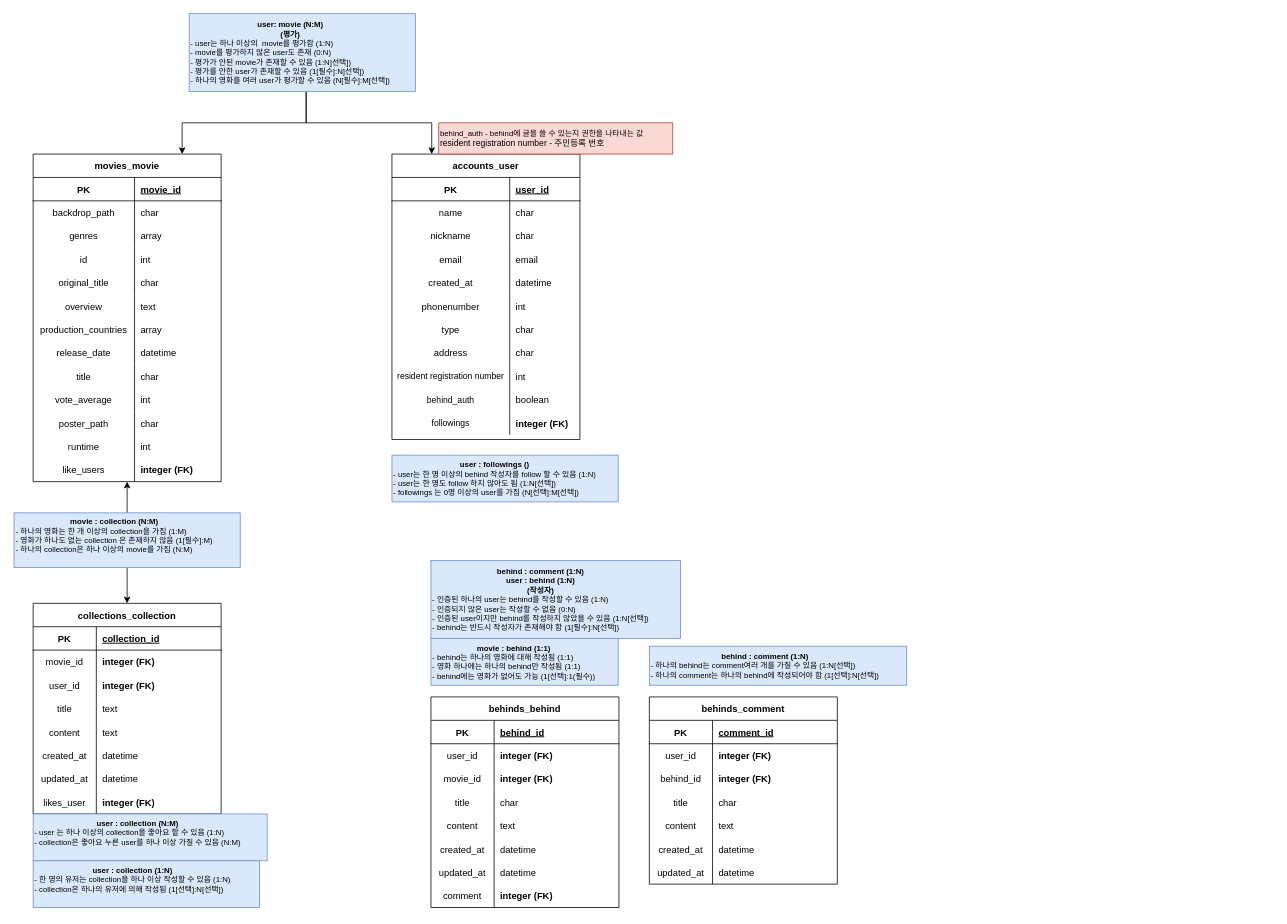
DooDoo3804/Dojiny keeps this draw.io diagram as Dojiny.drawio. Above is the earlier version. Source tidied: cells renumbered, new cells numbered last; positions are measured from the earlier drawing's top-left corner, leaving out a move shared by most shapes. Both pictures are drawn from the tidied source at 78%, with x=0, y=0 at pixel (14, 13).
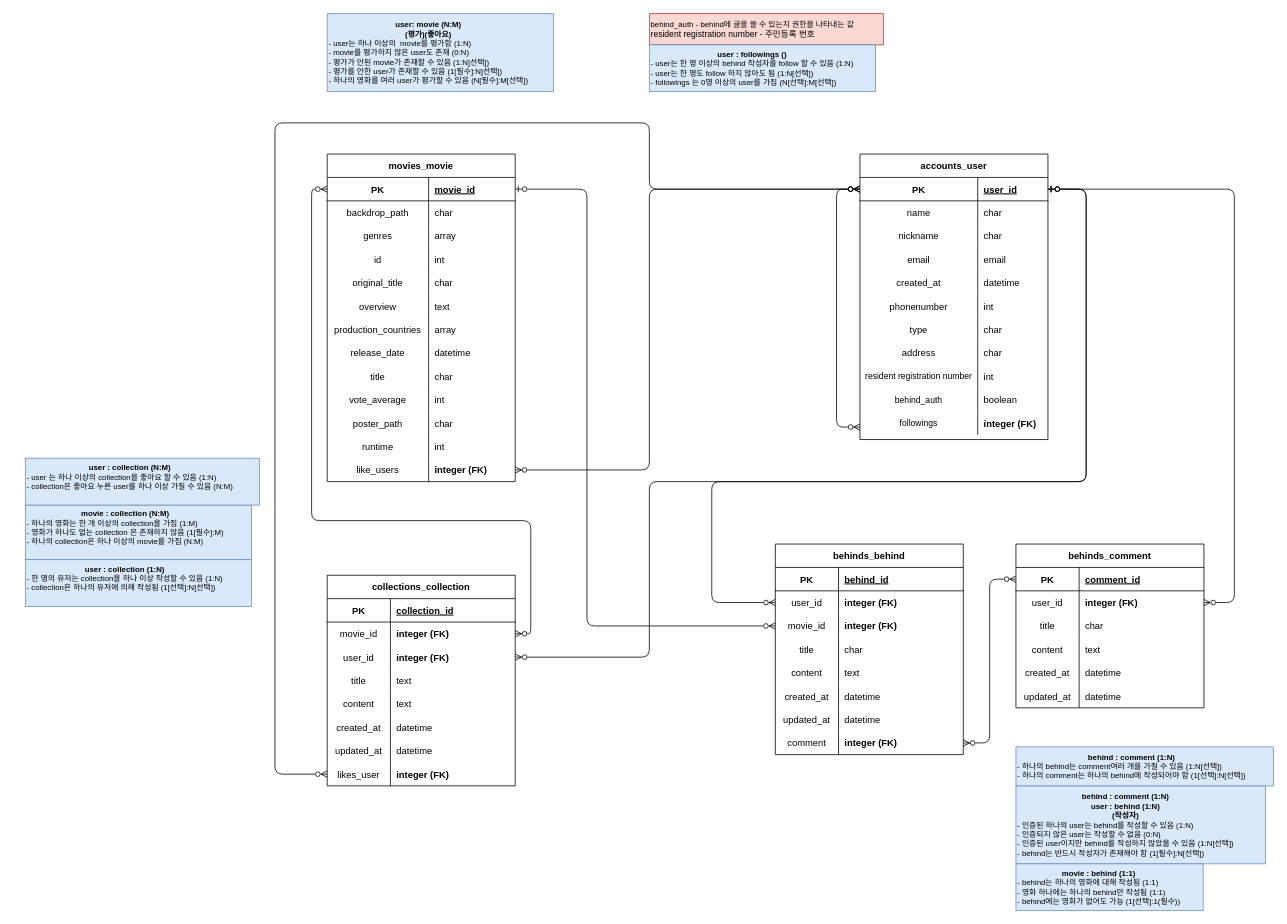
The same diagram, later.

The change refers to these unchanged cells:
```xml
<mxCell id="3" style="shape=tableRow;horizontal=0;startSize=0;swimlaneHead=0;swimlaneBody=0;fillColor=none;points=[[0,0.5],[1,0.5]];portConstraint=eastwest;top=0;left=0;right=0;bottom=1;" parent="2" vertex="1">
  <mxGeometry y="30" width="241" height="30" as="geometry" />
</mxCell>
<mxCell id="33" style="shape=tableRow;horizontal=0;startSize=0;swimlaneHead=0;swimlaneBody=0;fillColor=none;points=[[0,0.5],[1,0.5]];portConstraint=eastwest;top=0;left=0;right=0;bottom=0;" parent="2" vertex="1">
  <mxGeometry y="330" width="241" height="30" as="geometry" />
</mxCell>
<mxCell id="40" style="shape=tableRow;horizontal=0;startSize=0;swimlaneHead=0;swimlaneBody=0;fillColor=none;points=[[0,0.5],[1,0.5]];portConstraint=eastwest;top=0;left=0;right=0;bottom=0;" parent="36" vertex="1">
  <mxGeometry y="60" width="241" height="30" as="geometry" />
</mxCell>
<mxCell id="43" style="shape=tableRow;horizontal=0;startSize=0;swimlaneHead=0;swimlaneBody=0;fillColor=none;points=[[0,0.5],[1,0.5]];portConstraint=eastwest;top=0;left=0;right=0;bottom=0;" parent="36" vertex="1">
  <mxGeometry y="90" width="241" height="30" as="geometry" />
</mxCell>
<mxCell id="58" style="shape=tableRow;horizontal=0;startSize=0;swimlaneHead=0;swimlaneBody=0;fillColor=none;points=[[0,0.5],[1,0.5]];portConstraint=eastwest;top=0;left=0;right=0;bottom=0;" parent="36" vertex="1">
  <mxGeometry y="240" width="241" height="30" as="geometry" />
</mxCell>
<mxCell id="62" style="shape=tableRow;horizontal=0;startSize=0;swimlaneHead=0;swimlaneBody=0;fillColor=none;points=[[0,0.5],[1,0.5]];portConstraint=eastwest;top=0;left=0;right=0;bottom=1;" parent="61" vertex="1">
  <mxGeometry y="30" width="241" height="30" as="geometry" />
</mxCell>
<mxCell id="98" style="shape=tableRow;horizontal=0;startSize=0;swimlaneHead=0;swimlaneBody=0;fillColor=none;points=[[0,0.5],[1,0.5]];portConstraint=eastwest;top=0;left=0;right=0;bottom=0;" parent="61" vertex="1">
  <mxGeometry y="390" width="241" height="30" as="geometry" />
</mxCell>
<mxCell id="111" style="shape=tableRow;horizontal=0;startSize=0;swimlaneHead=0;swimlaneBody=0;fillColor=none;points=[[0,0.5],[1,0.5]];portConstraint=eastwest;top=0;left=0;right=0;bottom=0;" parent="107" vertex="1">
  <mxGeometry y="60" width="241" height="30" as="geometry" />
</mxCell>
<mxCell id="114" style="shape=tableRow;horizontal=0;startSize=0;swimlaneHead=0;swimlaneBody=0;fillColor=none;points=[[0,0.5],[1,0.5]];portConstraint=eastwest;top=0;left=0;right=0;bottom=0;" parent="107" vertex="1">
  <mxGeometry y="90" width="241" height="30" as="geometry" />
</mxCell>
<mxCell id="129" style="shape=tableRow;horizontal=0;startSize=0;swimlaneHead=0;swimlaneBody=0;fillColor=none;points=[[0,0.5],[1,0.5]];portConstraint=eastwest;top=0;left=0;right=0;bottom=0;" parent="107" vertex="1">
  <mxGeometry y="240" width="241" height="30" as="geometry" />
</mxCell>
<mxCell id="135" style="shape=tableRow;horizontal=0;startSize=0;swimlaneHead=0;swimlaneBody=0;fillColor=none;points=[[0,0.5],[1,0.5]];portConstraint=eastwest;top=0;left=0;right=0;bottom=1;" parent="134" vertex="1">
  <mxGeometry y="30" width="241" height="30" as="geometry" />
</mxCell>
<mxCell id="138" style="shape=tableRow;horizontal=0;startSize=0;swimlaneHead=0;swimlaneBody=0;fillColor=none;points=[[0,0.5],[1,0.5]];portConstraint=eastwest;top=0;left=0;right=0;bottom=0;" parent="134" vertex="1">
  <mxGeometry y="60" width="241" height="30" as="geometry" />
</mxCell>
```

What changed in the source:
```diff
@@
+    <mxCell id="161" style="edgeStyle=orthogonalEdgeStyle;rounded=1;jettySize=auto;html=1;startArrow=ERzeroToOne;startFill=0;endArrow=ERzeroToMany;endFill=0;" parent="1" edge="1" source="3" target="43">
+      <mxGeometry relative="1" as="geometry">
+        <Array as="points">
+          <mxPoint x="1374" y="225" />
+          <mxPoint x="1374" y="600" />
+          <mxPoint x="814" y="600" />
+          <mxPoint x="814" y="825" />
+        </Array>
+      </mxGeometry>
+    </mxCell>
     <mxCell id="2" value="accounts_user" style="shape=table;startSize=30;childLayout=tableLayout;rowLines=0;fontStyle=1;align=center;" parent="1" vertex="1">
-      <mxGeometry x="484" y="180" width="241" height="366" as="geometry" />
+      <mxGeometry x="1084" y="180" width="241" height="366" as="geometry" />
     </mxCell>
@@
+    <mxCell id="162" style="edgeStyle=orthogonalEdgeStyle;rounded=1;jettySize=auto;html=1;startArrow=ERzeroToMany;startFill=0;endArrow=ERzeroToMany;endFill=0;" parent="2" edge="1" source="3" target="33">
+      <mxGeometry relative="1" as="geometry">
+        <Array as="points">
+          <mxPoint x="-30" y="45" />
+          <mxPoint x="-30" y="350" />
+        </Array>
+      </mxGeometry>
+    </mxCell>
+    <mxCell id="163" style="edgeStyle=orthogonalEdgeStyle;jettySize=auto;html=1;startArrow=ERzeroToMany;startFill=0;endArrow=ERzeroToMany;endFill=0;rounded=1;" parent="1" edge="1" source="58" target="3">
+      <mxGeometry relative="1" as="geometry">
+        <Array as="points">
+          <mxPoint x="334" y="975" />
+          <mxPoint x="334" y="140" />
+          <mxPoint x="814" y="140" />
+          <mxPoint x="814" y="225" />
+        </Array>
+      </mxGeometry>
+    </mxCell>
     <mxCell id="36" value="collections_collection" style="shape=table;startSize=30;childLayout=tableLayout;rowLines=0;fontStyle=1;align=center;" parent="1" vertex="1">
-      <mxGeometry x="24" y="756" width="241" height="270" as="geometry" />
+      <mxGeometry x="401" y="720" width="241" height="270" as="geometry" />
     </mxCell>
@@
+    <mxCell id="164" style="edgeStyle=orthogonalEdgeStyle;rounded=1;jettySize=auto;html=1;startArrow=ERzeroToMany;startFill=0;endArrow=ERzeroToMany;endFill=0;" parent="1" edge="1" source="62" target="40">
+      <mxGeometry relative="1" as="geometry">
+        <Array as="points">
+          <mxPoint x="381" y="225" />
+          <mxPoint x="381" y="650" />
+          <mxPoint x="662" y="650" />
+          <mxPoint x="662" y="795" />
+        </Array>
+      </mxGeometry>
+    </mxCell>
     <mxCell id="61" value="movies_movie" style="shape=table;startSize=30;childLayout=tableLayout;rowLines=0;fontStyle=1;align=center;" parent="1" vertex="1">
-      <mxGeometry x="24" y="180" width="241" height="420" as="geometry" />
+      <mxGeometry x="401" y="180" width="241" height="420" as="geometry" />
     </mxCell>
@@
-    <mxCell id="101" style="edgeStyle=orthogonalEdgeStyle;rounded=0;jettySize=auto;html=1;fontSize=10;" parent="1" edge="1" source="103" target="2">
-      <mxGeometry relative="1" as="geometry">
-        <Array as="points">
-          <mxPoint x="374" y="140" />
-          <mxPoint x="535" y="140" />
-        </Array>
-      </mxGeometry>
-    </mxCell>
-    <mxCell id="102" style="edgeStyle=orthogonalEdgeStyle;rounded=0;jettySize=auto;html=1;fontSize=10;" parent="1" edge="1" source="103" target="61">
-      <mxGeometry relative="1" as="geometry">
-        <Array as="points">
-          <mxPoint x="374" y="140" />
-          <mxPoint x="215" y="140" />
-        </Array>
-      </mxGeometry>
-    </mxCell>
-    <mxCell id="103" value="&lt;div style=&quot;text-align: center;&quot;&gt;&lt;b style=&quot;&quot;&gt;user: movie (N:M)&lt;/b&gt;&lt;/div&gt;&lt;div style=&quot;text-align: center;&quot;&gt;&lt;b style=&quot;&quot;&gt;(평가)&lt;/b&gt;&lt;/div&gt;- user는 하나 이상의&amp;nbsp; movie를 평가함 (1:N)&lt;br&gt;- movie를 평가하지 않은 user도 존재 (0:N)&lt;br&gt;- 평가가 안된 movie가 존재할 수 있음 (1:N]선택])&lt;br&gt;- 평가를 안한 user가 존재할 수 있음&amp;nbsp;(1[필수]:N]선택])&lt;br&gt;- 하나의 영화를 여러 user가 평가할 수 있음 (N[필수]:M[선택])" style="text;html=1;align=left;verticalAlign=middle;points=[];strokeColor=#6c8ebf;fillColor=#dae8fc;fontSize=10;labelBorderColor=none;labelBackgroundColor=none;" parent="1" vertex="1">
-      <mxGeometry x="224" width="290" height="100" as="geometry" />
+    <mxCell id="103" value="&lt;div style=&quot;text-align: center;&quot;&gt;&lt;b style=&quot;&quot;&gt;user: movie (N:M)&lt;/b&gt;&lt;/div&gt;&lt;div style=&quot;text-align: center;&quot;&gt;&lt;b style=&quot;&quot;&gt;(평가)(좋아요)&lt;/b&gt;&lt;/div&gt;- user는 하나 이상의&amp;nbsp; movie를 평가함 (1:N)&lt;br&gt;- movie를 평가하지 않은 user도 존재 (0:N)&lt;br&gt;- 평가가 안된 movie가 존재할 수 있음 (1:N]선택])&lt;br&gt;- 평가를 안한 user가 존재할 수 있음&amp;nbsp;(1[필수]:N]선택])&lt;br&gt;- 하나의 영화를 여러 user가 평가할 수 있음 (N[필수]:M[선택])" style="text;html=1;align=left;verticalAlign=middle;points=[];strokeColor=#6c8ebf;fillColor=#dae8fc;fontSize=10;labelBorderColor=none;labelBackgroundColor=none;" parent="1" vertex="1">
+      <mxGeometry x="401" width="290" height="100" as="geometry" />
     </mxCell>
-    <mxCell id="104" style="edgeStyle=orthogonalEdgeStyle;rounded=0;jettySize=auto;html=1;fontSize=10;fontColor=default;" parent="1" edge="1" source="106" target="61">
-      <mxGeometry relative="1" as="geometry" />
-    </mxCell>
-    <mxCell id="105" style="edgeStyle=orthogonalEdgeStyle;rounded=0;jettySize=auto;html=1;fontSize=10;fontColor=default;" parent="1" edge="1" source="106" target="36">
-      <mxGeometry relative="1" as="geometry" />
-    </mxCell>
     <mxCell id="106" value="&lt;div style=&quot;text-align: center;&quot;&gt;&lt;b style=&quot;background-color: initial;&quot;&gt;movie : collection (N:M)&lt;/b&gt;&lt;/div&gt;&lt;div style=&quot;&quot;&gt;&lt;span style=&quot;background-color: initial;&quot;&gt;- 하나의 영화는 한 개 이상의 collection을 가짐 (1:M)&lt;/span&gt;&lt;/div&gt;&lt;div style=&quot;&quot;&gt;&lt;span style=&quot;background-color: initial;&quot;&gt;- 영화가 하나도 없는 collection 은 존재하지 않음 (1[필수]:M)&lt;/span&gt;&lt;/div&gt;&lt;div style=&quot;&quot;&gt;&lt;span style=&quot;background-color: initial;&quot;&gt;- 하나의 collection은 하나 이상의 movie를 가짐 (N:M)&lt;/span&gt;&lt;/div&gt;&lt;span style=&quot;background-color: initial;&quot;&gt;&lt;br&gt;&lt;/span&gt;" style="text;html=1;align=left;verticalAlign=middle;points=[];strokeColor=#6c8ebf;fillColor=#dae8fc;fontSize=10;labelBorderColor=none;" parent="1" vertex="1">
-      <mxGeometry x="-0.5" y="640" width="290" height="70" as="geometry" />
+      <mxGeometry x="14" y="630" width="290" height="70" as="geometry" />
     </mxCell>
     <mxCell id="107" value="behinds_behind" style="shape=table;startSize=30;childLayout=tableLayout;rowLines=0;fontStyle=1;align=center;" parent="1" vertex="1">
-      <mxGeometry x="534" y="876" width="241" height="270" as="geometry" />
+      <mxGeometry x="975.5" y="680" width="241" height="270" as="geometry" />
     </mxCell>
@@
     <mxCell id="132" value="behind_auth - behind에 글을 쓸 수 있는지 권한을 나타내는 값&lt;br&gt;&lt;span style=&quot;font-size: 11px; text-align: center;&quot;&gt;resident registration number - 주민등록 번호&lt;/span&gt;&lt;br&gt;&lt;div style=&quot;text-align: center;&quot;&gt;&lt;/div&gt;" style="text;html=1;align=left;verticalAlign=middle;strokeColor=#ae4132;fillColor=#fad9d5;fontSize=10;labelBorderColor=none;labelBackgroundColor=none;" parent="1" vertex="1">
-      <mxGeometry x="544" y="140" width="300" height="40" as="geometry" />
+      <mxGeometry x="814" width="300" height="40" as="geometry" />
     </mxCell>
     <mxCell id="133" value="&lt;div style=&quot;text-align: center;&quot;&gt;&lt;b style=&quot;background-color: initial;&quot;&gt;behind : comment (1:N)&lt;/b&gt;&lt;/div&gt;&lt;div style=&quot;text-align: center;&quot;&gt;&lt;b style=&quot;background-color: initial;&quot;&gt;user : behind (1:N)&lt;/b&gt;&lt;/div&gt;&lt;div style=&quot;text-align: center;&quot;&gt;&lt;b style=&quot;background-color: initial;&quot;&gt;(작성자)&lt;/b&gt;&lt;/div&gt;- 인증된 하나의 user는 behind를 작성할 수 있음 (1:N)&lt;br&gt;- 인증되지 않은 user는 작성할 수 없음 (0:N)&lt;br&gt;- 인증된 user이지만 behind를 작성하지 않았을 수 있음 (1:N[선택])&lt;br&gt;- behind는 반드시 작성자가 존재해야 함&amp;nbsp;(1[필수]:N[선택])&lt;br&gt;&lt;div style=&quot;text-align: center;&quot;&gt;&lt;/div&gt;" style="text;html=1;align=left;verticalAlign=middle;strokeColor=#6c8ebf;fillColor=#dae8fc;fontSize=10;labelBorderColor=none;labelBackgroundColor=none;" parent="1" vertex="1">
-      <mxGeometry x="534" y="701" width="320" height="100" as="geometry" />
+      <mxGeometry x="1284" y="990" width="320" height="100" as="geometry" />
     </mxCell>
     <mxCell id="134" value="behinds_comment" style="shape=table;startSize=30;childLayout=tableLayout;rowLines=0;fontStyle=1;align=center;" parent="1" vertex="1">
-      <mxGeometry x="814" y="876" width="241" height="240" as="geometry" />
+      <mxGeometry x="1284" y="680" width="241" height="210" as="geometry" />
     </mxCell>
@@
-    <mxCell id="141" style="shape=tableRow;horizontal=0;startSize=0;swimlaneHead=0;swimlaneBody=0;fillColor=none;top=0;left=0;right=0;bottom=0;" parent="134" vertex="1">
-      <mxGeometry y="90" width="241" height="30" as="geometry" />
-    </mxCell>
-    <mxCell id="142" value="behind_id" style="shape=partialRectangle;fillColor=none;top=0;left=0;bottom=0;right=0;overflow=hidden;" parent="141" vertex="1">
-      <mxGeometry width="81" height="30" as="geometry" />
-    </mxCell>
-    <mxCell id="143" value="integer (FK)" style="shape=partialRectangle;fillColor=none;top=0;left=0;bottom=0;right=0;align=left;spacingLeft=6;overflow=hidden;fontStyle=1;" parent="141" vertex="1">
-      <mxGeometry x="81" width="160" height="30" as="geometry" />
-    </mxCell>
     <mxCell id="144" style="shape=tableRow;horizontal=0;startSize=0;swimlaneHead=0;swimlaneBody=0;fillColor=none;top=0;left=0;right=0;bottom=0;" parent="134" vertex="1">
-      <mxGeometry y="120" width="241" height="30" as="geometry" />
+      <mxGeometry y="90" width="241" height="30" as="geometry" />
     </mxCell>
@@
     <mxCell id="147" style="shape=tableRow;horizontal=0;startSize=0;swimlaneHead=0;swimlaneBody=0;fillColor=none;top=0;left=0;right=0;bottom=0;" parent="134" vertex="1">
-      <mxGeometry y="150" width="241" height="30" as="geometry" />
+      <mxGeometry y="120" width="241" height="30" as="geometry" />
     </mxCell>
@@
     <mxCell id="150" style="shape=tableRow;horizontal=0;startSize=0;swimlaneHead=0;swimlaneBody=0;fillColor=none;top=0;left=0;right=0;bottom=0;" parent="134" vertex="1">
-      <mxGeometry y="180" width="241" height="30" as="geometry" />
+      <mxGeometry y="150" width="241" height="30" as="geometry" />
     </mxCell>
@@
     <mxCell id="153" style="shape=tableRow;horizontal=0;startSize=0;swimlaneHead=0;swimlaneBody=0;fillColor=none;top=0;left=0;right=0;bottom=0;" parent="134" vertex="1">
-      <mxGeometry y="210" width="241" height="30" as="geometry" />
+      <mxGeometry y="180" width="241" height="30" as="geometry" />
     </mxCell>
@@
     <mxCell id="156" value="&lt;div style=&quot;text-align: center;&quot;&gt;&lt;/div&gt;&lt;b&gt;&lt;div style=&quot;text-align: center;&quot;&gt;&lt;b style=&quot;background-color: initial;&quot;&gt;movie : behind (1:1)&lt;/b&gt;&lt;/div&gt;&lt;/b&gt;- behind는 하나의 영화에 대해 작성됨 (1:1)&lt;br&gt;- 영화 하나에는 하나의 behind만 작성됨 (1:1)&lt;br&gt;- behind에는 영화가 없어도 가능 (1[선택]:1(필수))&lt;br&gt;&lt;div style=&quot;text-align: center;&quot;&gt;&lt;/div&gt;" style="text;html=1;align=left;verticalAlign=middle;strokeColor=#6c8ebf;fillColor=#dae8fc;fontSize=10;labelBorderColor=none;labelBackgroundColor=none;" parent="1" vertex="1">
-      <mxGeometry x="534" y="801" width="240" height="60" as="geometry" />
+      <mxGeometry x="1284" y="1090" width="240" height="60" as="geometry" />
     </mxCell>
     <mxCell id="157" value="&lt;div style=&quot;text-align: center;&quot;&gt;&lt;/div&gt;&lt;b&gt;&lt;div style=&quot;text-align: center;&quot;&gt;&lt;/div&gt;&lt;/b&gt;&lt;div style=&quot;text-align: center;&quot;&gt;&lt;span style=&quot;background-color: initial;&quot;&gt;&lt;b&gt;behind : comment (1:N)&lt;/b&gt;&lt;/span&gt;&lt;/div&gt;- 하나의 behind는 comment여러 개를 가질 수 있음 (1:N[선택])&lt;br&gt;- 하나의 comment는 하나의 behind에 작성되어야 함 (1[선택]:N[선택])&lt;br&gt;&lt;div style=&quot;text-align: center;&quot;&gt;&lt;/div&gt;" style="text;html=1;align=left;verticalAlign=middle;strokeColor=#6c8ebf;fillColor=#dae8fc;fontSize=10;labelBorderColor=none;labelBackgroundColor=none;" parent="1" vertex="1">
-      <mxGeometry x="814" y="811" width="330" height="50" as="geometry" />
+      <mxGeometry x="1284" y="940" width="330" height="50" as="geometry" />
     </mxCell>
     <mxCell id="158" value="&lt;div style=&quot;text-align: center;&quot;&gt;&lt;b style=&quot;background-color: initial;&quot;&gt;user : collection (1:N)&lt;/b&gt;&lt;/div&gt;&lt;div style=&quot;&quot;&gt;&lt;span style=&quot;background-color: initial;&quot;&gt;- 한 명의 유저는 collection을 하나 이상 작성할 수 있음 (1:N)&lt;/span&gt;&lt;/div&gt;&lt;div style=&quot;&quot;&gt;&lt;span style=&quot;background-color: initial;&quot;&gt;- collection은 하나의 유저에 의해 작성됨 (1[선택]:N[선택])&lt;/span&gt;&lt;/div&gt;&lt;span style=&quot;background-color: initial;&quot;&gt;&lt;br&gt;&lt;/span&gt;" style="text;html=1;align=left;verticalAlign=middle;strokeColor=#6c8ebf;fillColor=#dae8fc;fontSize=10;labelBorderColor=none;" parent="1" vertex="1">
-      <mxGeometry x="24" y="1086" width="290" height="60" as="geometry" />
+      <mxGeometry x="14" y="700" width="290" height="60" as="geometry" />
     </mxCell>
     <mxCell id="159" value="&lt;div style=&quot;text-align: center;&quot;&gt;&lt;b style=&quot;background-color: initial;&quot;&gt;user : collection (N:M)&lt;/b&gt;&lt;/div&gt;&lt;div style=&quot;&quot;&gt;&lt;span style=&quot;background-color: initial;&quot;&gt;- user 는 하나 이상의 collection을 좋아요 할 수 있음 (1:N)&lt;/span&gt;&lt;/div&gt;&lt;div style=&quot;&quot;&gt;&lt;span style=&quot;background-color: initial;&quot;&gt;- collection은 좋아요 누른 user를 하나 이상 가질 수 있음 (N:M)&lt;/span&gt;&lt;/div&gt;&lt;span style=&quot;background-color: initial;&quot;&gt;&lt;br&gt;&lt;/span&gt;" style="text;html=1;align=left;verticalAlign=middle;strokeColor=#6c8ebf;fillColor=#dae8fc;fontSize=10;labelBorderColor=none;" parent="1" vertex="1">
-      <mxGeometry x="24" y="1026" width="300" height="60" as="geometry" />
+      <mxGeometry x="14" y="570" width="300" height="60" as="geometry" />
     </mxCell>
     <mxCell id="160" value="&lt;div style=&quot;text-align: center;&quot;&gt;&lt;/div&gt;&lt;b&gt;&lt;div style=&quot;text-align: center;&quot;&gt;&lt;b style=&quot;background-color: initial;&quot;&gt;user : followings ()&lt;/b&gt;&lt;/div&gt;&lt;/b&gt;- user는 한 명 이상의 behind 작성자를 follow 할 수 있음 (1:N)&lt;br&gt;- user는 한 명도 follow 하지 않아도 됨 (1:N[선택])&lt;br&gt;- followings 는 0명 이상의 user를 가짐 (N[선택]:M[선택])&lt;br&gt;&lt;div style=&quot;text-align: center;&quot;&gt;&lt;/div&gt;" style="text;html=1;align=left;verticalAlign=middle;strokeColor=#6c8ebf;fillColor=#dae8fc;fontSize=10;labelBorderColor=none;labelBackgroundColor=none;" parent="1" vertex="1">
-      <mxGeometry x="484" y="566" width="290" height="60" as="geometry" />
+      <mxGeometry x="814" y="40" width="290" height="60" as="geometry" />
     </mxCell>
+    <mxCell id="165" style="edgeStyle=orthogonalEdgeStyle;rounded=1;jettySize=auto;html=1;startArrow=ERzeroToMany;startFill=0;endArrow=ERzeroToMany;endFill=0;" parent="1" edge="1" source="3" target="98">
+      <mxGeometry relative="1" as="geometry">
+        <Array as="points">
+          <mxPoint x="814" y="225" />
+          <mxPoint x="814" y="585" />
+        </Array>
+      </mxGeometry>
+    </mxCell>
+    <mxCell id="166" style="edgeStyle=orthogonalEdgeStyle;rounded=1;jettySize=auto;html=1;startArrow=ERzeroToMany;startFill=0;endArrow=ERzeroToMany;endFill=0;" parent="1" edge="1" source="129" target="135">
+      <mxGeometry relative="1" as="geometry" />
+    </mxCell>
+    <mxCell id="167" style="edgeStyle=orthogonalEdgeStyle;rounded=1;jettySize=auto;html=1;startArrow=ERzeroToOne;startFill=0;endArrow=ERzeroToMany;endFill=0;" parent="1" edge="1" source="3" target="138">
+      <mxGeometry relative="1" as="geometry">
+        <Array as="points">
+          <mxPoint x="1564" y="225" />
+          <mxPoint x="1564" y="755" />
+        </Array>
+      </mxGeometry>
+    </mxCell>
+    <mxCell id="168" style="edgeStyle=orthogonalEdgeStyle;rounded=1;jettySize=auto;html=1;startArrow=ERzeroToOne;startFill=0;endArrow=ERzeroToMany;endFill=0;" parent="1" edge="1" source="3" target="111">
+      <mxGeometry relative="1" as="geometry">
+        <Array as="points">
+          <mxPoint x="1374" y="225" />
+          <mxPoint x="1374" y="600" />
+          <mxPoint x="894" y="600" />
+          <mxPoint x="894" y="755" />
+        </Array>
+      </mxGeometry>
+    </mxCell>
+    <mxCell id="169" style="edgeStyle=orthogonalEdgeStyle;rounded=1;jettySize=auto;html=1;startArrow=ERzeroToMany;startFill=0;endArrow=ERzeroToOne;endFill=0;" parent="1" edge="1" source="114" target="62">
+      <mxGeometry relative="1" as="geometry">
+        <Array as="points">
+          <mxPoint x="734" y="785" />
+          <mxPoint x="734" y="225" />
+        </Array>
+      </mxGeometry>
+    </mxCell>
```
